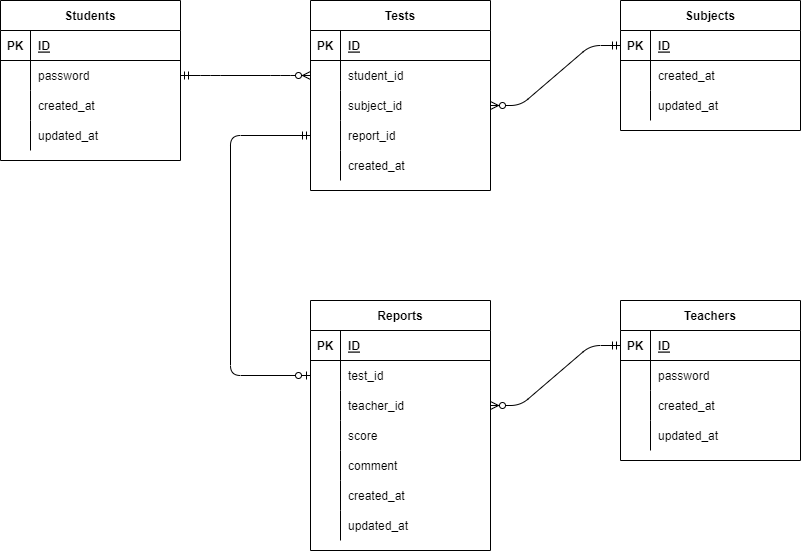
Karsy-Kura/20221207_kuramoto keeps this draw.io diagram as er.drawio.png. Above is the earlier version. Source tidied: cells renumbered, new cells last; positions are measured from the earlier drawing's top-left corner, leaving out a move shared by most shapes.
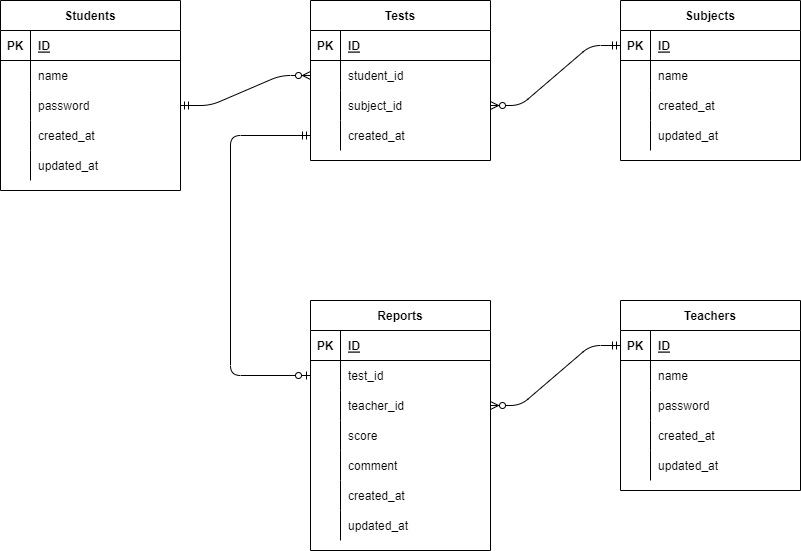
Above is the later version.

Commit message:
Edit: column name

Diff of the diagram source:
```diff
@@ -3,7 +3,7 @@
     <mxCell id="0" />
     <mxCell id="1" parent="0" />
     <mxCell id="2" value="Students" style="shape=table;startSize=30;rowLines=0;fontStyle=1;align=center;" parent="1" vertex="1">
-      <mxGeometry width="180" height="160" as="geometry" />
+      <mxGeometry width="180" height="190" as="geometry" />
     </mxCell>
     <mxCell id="3" style="shape=partialRectangle;fillColor=none;top=0;left=0;bottom=1;right=0;" parent="2" vertex="1">
       <mxGeometry y="30" width="180" height="30" as="geometry" />
@@ -14,8 +14,17 @@
     <mxCell id="5" value="ID" style="shape=partialRectangle;fillColor=none;top=0;left=0;bottom=0;right=0;align=left;spacingLeft=6;fontStyle=5;overflow=hidden;" parent="3" vertex="1">
       <mxGeometry x="30" width="150" height="30" as="geometry" />
     </mxCell>
+    <mxCell id="80" style="shape=partialRectangle;fillColor=none;top=0;left=0;bottom=0;right=0;" parent="2" vertex="1">
+      <mxGeometry y="60" width="180" height="30" as="geometry" />
+    </mxCell>
+    <mxCell id="81" style="shape=partialRectangle;fillColor=none;top=0;left=0;bottom=0;right=0;overflow=hidden;" parent="80" vertex="1">
+      <mxGeometry width="30" height="30" as="geometry" />
+    </mxCell>
+    <mxCell id="82" value="name" style="shape=partialRectangle;fillColor=none;top=0;left=0;bottom=0;right=0;align=left;spacingLeft=6;overflow=hidden;" parent="80" vertex="1">
+      <mxGeometry x="30" width="150" height="30" as="geometry" />
+    </mxCell>
     <mxCell id="6" style="shape=partialRectangle;fillColor=none;top=0;left=0;bottom=0;right=0;points=[[0,0.5],[1,0.5]];portConstraint=eastwest;" parent="2" vertex="1">
-      <mxGeometry y="60" width="180" height="30" as="geometry" />
+      <mxGeometry y="90" width="180" height="30" as="geometry" />
     </mxCell>
     <mxCell id="7" style="shape=partialRectangle;fillColor=none;top=0;left=0;bottom=0;right=0;overflow=hidden;" parent="6" vertex="1">
       <mxGeometry width="30" height="30" as="geometry" />
@@ -24,7 +33,7 @@
       <mxGeometry x="30" width="150" height="30" as="geometry" />
     </mxCell>
     <mxCell id="9" style="shape=partialRectangle;fillColor=none;top=0;left=0;bottom=0;right=0;" parent="2" vertex="1">
-      <mxGeometry y="90" width="180" height="30" as="geometry" />
+      <mxGeometry y="120" width="180" height="30" as="geometry" />
     </mxCell>
     <mxCell id="10" style="shape=partialRectangle;fillColor=none;top=0;left=0;bottom=0;right=0;overflow=hidden;" parent="9" vertex="1">
       <mxGeometry width="30" height="30" as="geometry" />
@@ -33,7 +42,7 @@
       <mxGeometry x="30" width="150" height="30" as="geometry" />
     </mxCell>
     <mxCell id="12" style="shape=partialRectangle;fillColor=none;top=0;left=0;bottom=0;right=0;" parent="2" vertex="1">
-      <mxGeometry y="120" width="180" height="30" as="geometry" />
+      <mxGeometry y="150" width="180" height="30" as="geometry" />
     </mxCell>
     <mxCell id="13" style="shape=partialRectangle;fillColor=none;top=0;left=0;bottom=0;right=0;overflow=hidden;" parent="12" vertex="1">
       <mxGeometry width="30" height="30" as="geometry" />
@@ -42,7 +51,7 @@
       <mxGeometry x="30" width="150" height="30" as="geometry" />
     </mxCell>
     <mxCell id="15" value="Subjects" style="shape=table;startSize=30;rowLines=0;fontStyle=1;align=center;" parent="1" vertex="1">
-      <mxGeometry x="620" width="180" height="130" as="geometry" />
+      <mxGeometry x="620" width="180" height="160" as="geometry" />
     </mxCell>
     <mxCell id="16" style="shape=partialRectangle;fillColor=none;top=0;left=0;bottom=1;right=0;points=[[0,0.5],[1,0.5]];portConstraint=eastwest;" parent="15" vertex="1">
       <mxGeometry y="30" width="180" height="30" as="geometry" />
@@ -53,8 +62,17 @@
     <mxCell id="18" value="ID" style="shape=partialRectangle;fillColor=none;top=0;left=0;bottom=0;right=0;align=left;spacingLeft=6;fontStyle=5;overflow=hidden;" parent="16" vertex="1">
       <mxGeometry x="30" width="150" height="30" as="geometry" />
     </mxCell>
+    <mxCell id="83" style="shape=partialRectangle;fillColor=none;top=0;left=0;bottom=0;right=0;" parent="15" vertex="1">
+      <mxGeometry y="60" width="180" height="30" as="geometry" />
+    </mxCell>
+    <mxCell id="84" style="shape=partialRectangle;fillColor=none;top=0;left=0;bottom=0;right=0;overflow=hidden;" parent="83" vertex="1">
+      <mxGeometry width="30" height="30" as="geometry" />
+    </mxCell>
+    <mxCell id="85" value="name" style="shape=partialRectangle;fillColor=none;top=0;left=0;bottom=0;right=0;align=left;spacingLeft=6;overflow=hidden;" parent="83" vertex="1">
+      <mxGeometry x="30" width="150" height="30" as="geometry" />
+    </mxCell>
     <mxCell id="19" style="shape=partialRectangle;fillColor=none;top=0;left=0;bottom=0;right=0;" parent="15" vertex="1">
-      <mxGeometry y="60" width="180" height="30" as="geometry" />
+      <mxGeometry y="90" width="180" height="30" as="geometry" />
     </mxCell>
     <mxCell id="20" style="shape=partialRectangle;fillColor=none;top=0;left=0;bottom=0;right=0;overflow=hidden;" parent="19" vertex="1">
       <mxGeometry width="30" height="30" as="geometry" />
@@ -63,7 +81,7 @@
       <mxGeometry x="30" width="150" height="30" as="geometry" />
     </mxCell>
     <mxCell id="22" style="shape=partialRectangle;fillColor=none;top=0;left=0;bottom=0;right=0;" parent="15" vertex="1">
-      <mxGeometry y="90" width="180" height="30" as="geometry" />
+      <mxGeometry y="120" width="180" height="30" as="geometry" />
     </mxCell>
     <mxCell id="23" style="shape=partialRectangle;fillColor=none;top=0;left=0;bottom=0;right=0;overflow=hidden;" parent="22" vertex="1">
       <mxGeometry width="30" height="30" as="geometry" />
@@ -72,7 +90,7 @@
       <mxGeometry x="30" width="150" height="30" as="geometry" />
     </mxCell>
     <mxCell id="25" value="Tests" style="shape=table;startSize=30;rowLines=0;fontStyle=1;align=center;" parent="1" vertex="1">
-      <mxGeometry x="310" width="180" height="190" as="geometry" />
+      <mxGeometry x="310" width="180" height="160" as="geometry" />
     </mxCell>
     <mxCell id="26" style="shape=partialRectangle;fillColor=none;top=0;left=0;bottom=1;right=0;" parent="25" vertex="1">
       <mxGeometry y="30" width="180" height="30" as="geometry" />
@@ -101,17 +119,8 @@
     <mxCell id="34" value="subject_id" style="shape=partialRectangle;fillColor=none;top=0;left=0;bottom=0;right=0;align=left;spacingLeft=6;overflow=hidden;" parent="32" vertex="1">
       <mxGeometry x="30" width="150" height="30" as="geometry" />
     </mxCell>
-    <mxCell id="35" style="shape=partialRectangle;fillColor=none;top=0;left=0;bottom=0;right=0;points=[[0,0.5],[1,0.5]];portConstraint=eastwest;" parent="25" vertex="1">
-      <mxGeometry y="120" width="180" height="30" as="geometry" />
-    </mxCell>
-    <mxCell id="36" style="shape=partialRectangle;fillColor=none;top=0;left=0;bottom=0;right=0;overflow=hidden;" parent="35" vertex="1">
-      <mxGeometry width="30" height="30" as="geometry" />
-    </mxCell>
-    <mxCell id="37" value="report_id" style="shape=partialRectangle;fillColor=none;top=0;left=0;bottom=0;right=0;align=left;spacingLeft=6;overflow=hidden;" parent="35" vertex="1">
-      <mxGeometry x="30" width="150" height="30" as="geometry" />
-    </mxCell>
     <mxCell id="38" style="shape=partialRectangle;fillColor=none;top=0;left=0;bottom=0;right=0;points=[[0,0.5],[1,0.5]];portConstraint=eastwest;" parent="25" vertex="1">
-      <mxGeometry y="150" width="180" height="30" as="geometry" />
+      <mxGeometry y="120" width="180" height="30" as="geometry" />
     </mxCell>
     <mxCell id="39" style="shape=partialRectangle;fillColor=none;top=0;left=0;bottom=0;right=0;overflow=hidden;" parent="38" vertex="1">
       <mxGeometry width="30" height="30" as="geometry" />
@@ -186,7 +195,7 @@
       <mxGeometry x="30" width="150" height="30" as="geometry" />
     </mxCell>
     <mxCell id="63" value="Teachers" style="shape=table;startSize=30;rowLines=0;fontStyle=1;align=center;" parent="1" vertex="1">
-      <mxGeometry x="620" y="300" width="180" height="160" as="geometry" />
+      <mxGeometry x="620" y="300" width="180" height="190" as="geometry" />
     </mxCell>
     <mxCell id="64" style="shape=partialRectangle;fillColor=none;top=0;left=0;bottom=1;right=0;points=[[0,0.5],[1,0.5]];portConstraint=eastwest;" parent="63" vertex="1">
       <mxGeometry y="30" width="180" height="30" as="geometry" />
@@ -197,8 +206,17 @@
     <mxCell id="66" value="ID" style="shape=partialRectangle;fillColor=none;top=0;left=0;bottom=0;right=0;align=left;spacingLeft=6;fontStyle=5;overflow=hidden;" parent="64" vertex="1">
       <mxGeometry x="30" width="150" height="30" as="geometry" />
     </mxCell>
+    <mxCell id="86" style="shape=partialRectangle;fillColor=none;top=0;left=0;bottom=0;right=0;" parent="63" vertex="1">
+      <mxGeometry y="60" width="180" height="30" as="geometry" />
+    </mxCell>
+    <mxCell id="87" style="shape=partialRectangle;fillColor=none;top=0;left=0;bottom=0;right=0;overflow=hidden;" parent="86" vertex="1">
+      <mxGeometry width="30" height="30" as="geometry" />
+    </mxCell>
+    <mxCell id="88" value="name" style="shape=partialRectangle;fillColor=none;top=0;left=0;bottom=0;right=0;align=left;spacingLeft=6;overflow=hidden;" parent="86" vertex="1">
+      <mxGeometry x="30" width="150" height="30" as="geometry" />
+    </mxCell>
     <mxCell id="67" style="shape=partialRectangle;fillColor=none;top=0;left=0;bottom=0;right=0;" parent="63" vertex="1">
-      <mxGeometry y="60" width="180" height="30" as="geometry" />
+      <mxGeometry y="90" width="180" height="30" as="geometry" />
     </mxCell>
     <mxCell id="68" style="shape=partialRectangle;fillColor=none;top=0;left=0;bottom=0;right=0;overflow=hidden;" parent="67" vertex="1">
       <mxGeometry width="30" height="30" as="geometry" />
@@ -207,7 +225,7 @@
       <mxGeometry x="30" width="150" height="30" as="geometry" />
     </mxCell>
     <mxCell id="70" style="shape=partialRectangle;fillColor=none;top=0;left=0;bottom=0;right=0;" parent="63" vertex="1">
-      <mxGeometry y="90" width="180" height="30" as="geometry" />
+      <mxGeometry y="120" width="180" height="30" as="geometry" />
     </mxCell>
     <mxCell id="71" style="shape=partialRectangle;fillColor=none;top=0;left=0;bottom=0;right=0;overflow=hidden;" parent="70" vertex="1">
       <mxGeometry width="30" height="30" as="geometry" />
@@ -216,7 +234,7 @@
       <mxGeometry x="30" width="150" height="30" as="geometry" />
     </mxCell>
     <mxCell id="73" style="shape=partialRectangle;fillColor=none;top=0;left=0;bottom=0;right=0;" parent="63" vertex="1">
-      <mxGeometry y="120" width="180" height="30" as="geometry" />
+      <mxGeometry y="150" width="180" height="30" as="geometry" />
     </mxCell>
     <mxCell id="74" style="shape=partialRectangle;fillColor=none;top=0;left=0;bottom=0;right=0;overflow=hidden;" parent="73" vertex="1">
       <mxGeometry width="30" height="30" as="geometry" />
@@ -230,7 +248,7 @@
     <mxCell id="77" style="edgeStyle=entityRelationEdgeStyle;fontSize=12;html=1;endArrow=ERzeroToMany;startArrow=ERmandOne;exitX=0;exitY=0.5;exitDx=0;exitDy=0;entryX=1;entryY=0.5;entryDx=0;entryDy=0;" parent="1" edge="1" source="16" target="32">
       <mxGeometry relative="1" as="geometry" />
     </mxCell>
-    <mxCell id="78" style="edgeStyle=orthogonalEdgeStyle;fontSize=12;html=1;endArrow=ERmandOne;startArrow=ERzeroToOne;entryX=0;entryY=0.5;entryDx=0;entryDy=0;exitX=0;exitY=0.5;exitDx=0;exitDy=0;endFill=0;startFill=0;" parent="1" edge="1" source="45" target="35">
+    <mxCell id="78" style="edgeStyle=orthogonalEdgeStyle;fontSize=12;html=1;endArrow=ERmandOne;startArrow=ERzeroToOne;entryX=0;entryY=0.5;entryDx=0;entryDy=0;exitX=0;exitY=0.5;exitDx=0;exitDy=0;endFill=0;startFill=0;" parent="1" edge="1" source="45" target="38">
       <mxGeometry relative="1" as="geometry">
         <Array as="points">
           <mxPoint x="230" y="375" />
```
